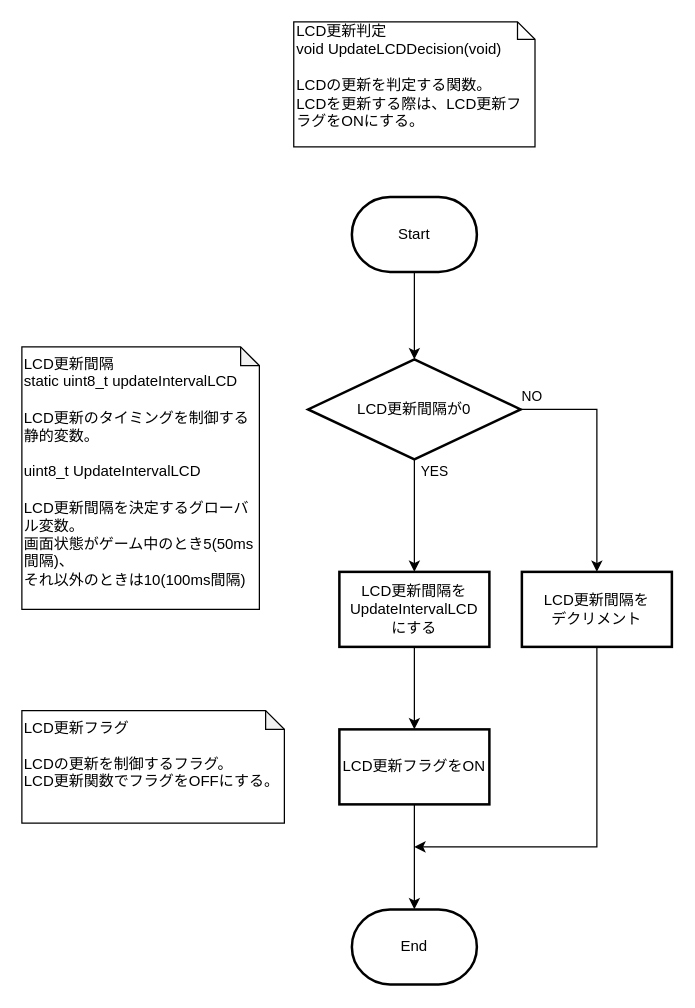
The draw.io diagram page "LCD更新判定" (3 of 6) of 資料/設計書/フローチャート/モグラ叩き_フローチャート_割り込み.drawio in hakohumi/comp.train.whack-a-mole, before the edit. Source tidied: cells renumbered, new cells numbered last; positions are measured from the earlier drawing's top-left corner, leaving out a move shared by most shapes. Both pictures are drawn from the tidied source at 125%, with x=0, y=0 at pixel (21, 21).
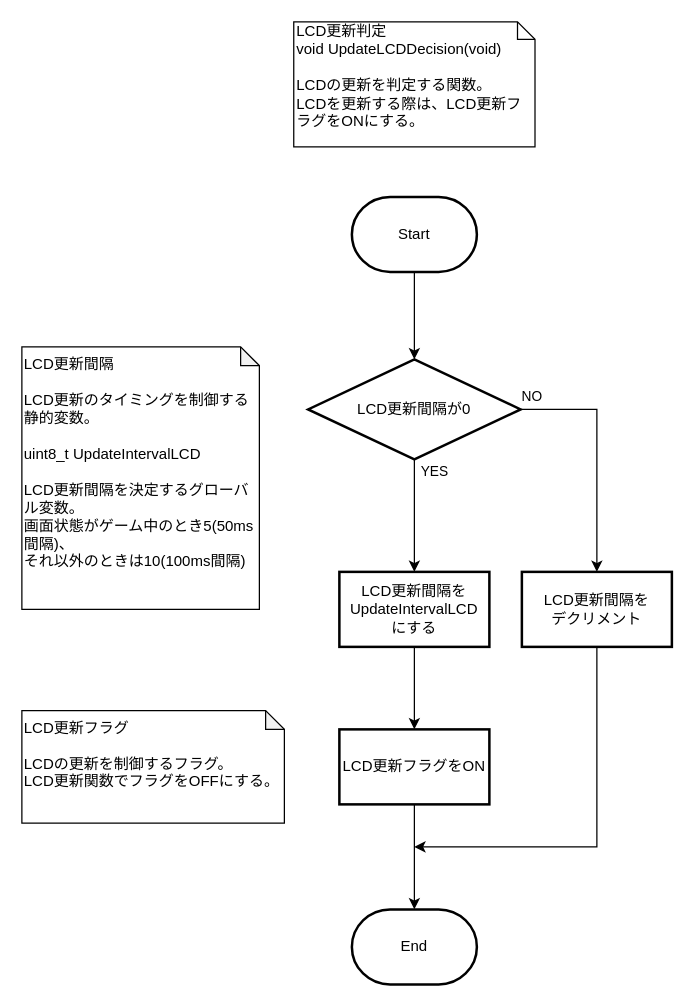
The same diagram, later.

The edit, as a diff of the source:
```diff
@@
 <mxGraphModel>
   <root>
     <mxCell id="0" />
     <mxCell id="1" parent="0" />
     <mxCell id="2" style="edgeStyle=orthogonalEdgeStyle;rounded=0;jettySize=auto;html=1;entryX=0.5;entryY=0;entryDx=0;entryDy=0;" parent="1" edge="1" source="3" target="6">
       <mxGeometry relative="1" as="geometry" />
     </mxCell>
     <mxCell id="3" value="Start" style="strokeWidth=2;html=1;shape=mxgraph.flowchart.terminator;whiteSpace=wrap;" parent="1" vertex="1">
       <mxGeometry x="264" y="140" width="100" height="60" as="geometry" />
     </mxCell>
     <mxCell id="4" value="YES" style="edgeStyle=orthogonalEdgeStyle;rounded=0;jettySize=auto;html=1;" parent="1" edge="1" source="6" target="8">
       <mxGeometry x="-0.78" y="16" relative="1" as="geometry" />
     </mxCell>
     <mxCell id="5" value="NO" style="edgeStyle=orthogonalEdgeStyle;rounded=0;jettySize=auto;html=1;" parent="1" edge="1" source="6" target="12">
       <mxGeometry x="-0.91" y="10" relative="1" as="geometry" />
     </mxCell>
     <mxCell id="6" value="LCD更新間隔が0" style="rhombus;whiteSpace=wrap;html=1;strokeWidth=2;" parent="1" vertex="1">
       <mxGeometry x="229" y="270" width="170" height="80" as="geometry" />
     </mxCell>
     <mxCell id="7" style="edgeStyle=orthogonalEdgeStyle;rounded=0;jettySize=auto;html=1;" parent="1" edge="1" source="8" target="10">
       <mxGeometry relative="1" as="geometry" />
     </mxCell>
     <mxCell id="8" value="LCD更新間隔を&lt;br&gt;UpdateIntervalLCD&lt;br&gt;にする" style="whiteSpace=wrap;html=1;strokeWidth=2;" parent="1" vertex="1">
       <mxGeometry x="254" y="440" width="120" height="60" as="geometry" />
     </mxCell>
     <mxCell id="9" style="edgeStyle=orthogonalEdgeStyle;rounded=0;jettySize=auto;html=1;" parent="1" edge="1" source="10" target="13">
       <mxGeometry relative="1" as="geometry" />
     </mxCell>
     <mxCell id="10" value="LCD更新フラグをON" style="whiteSpace=wrap;html=1;strokeWidth=2;" parent="1" vertex="1">
       <mxGeometry x="254" y="566" width="120" height="60" as="geometry" />
     </mxCell>
     <mxCell id="11" style="edgeStyle=orthogonalEdgeStyle;rounded=0;jettySize=auto;html=1;exitX=0.5;exitY=1;exitDx=0;exitDy=0;" parent="1" edge="1" source="12">
       <mxGeometry relative="1" as="geometry">
         <mxPoint x="314" y="660" as="targetPoint" />
         <Array as="points">
           <mxPoint x="460" y="660" />
         </Array>
       </mxGeometry>
     </mxCell>
     <mxCell id="12" value="LCD更新間隔を&lt;br&gt;デクリメント" style="whiteSpace=wrap;html=1;strokeWidth=2;" parent="1" vertex="1">
       <mxGeometry x="400" y="440" width="120" height="60" as="geometry" />
     </mxCell>
     <mxCell id="13" value="End" style="strokeWidth=2;html=1;shape=mxgraph.flowchart.terminator;whiteSpace=wrap;" parent="1" vertex="1">
       <mxGeometry x="264" y="710" width="100" height="60" as="geometry" />
     </mxCell>
-    <mxCell id="14" value="LCD更新間隔&lt;br&gt;static uint8_t updateIntervalLCD&lt;br&gt;&lt;br&gt;LCD更新のタイミングを制御する静的変数。&lt;br&gt;&lt;br&gt;uint8_t UpdateIntervalLCD&lt;br&gt;&lt;br&gt;LCD更新間隔を決定するグローバル変数。&lt;br&gt;画面状態がゲーム中のとき5(50ms間隔)、&lt;br&gt;それ以外のときは10(100ms間隔)" style="shape=note;whiteSpace=wrap;html=1;backgroundOutline=1;darkOpacity=0.05;align=left;size=15;verticalAlign=top;" parent="1" vertex="1">
+    <mxCell id="14" value="LCD更新間隔&lt;br&gt;&lt;br&gt;LCD更新のタイミングを制御する静的変数。&lt;br&gt;&lt;br&gt;uint8_t UpdateIntervalLCD&lt;br&gt;&lt;br&gt;LCD更新間隔を決定するグローバル変数。&lt;br&gt;画面状態がゲーム中のとき5(50ms間隔)、&lt;br&gt;それ以外のときは10(100ms間隔)" style="shape=note;whiteSpace=wrap;html=1;backgroundOutline=1;darkOpacity=0.05;align=left;size=15;verticalAlign=top;" parent="1" vertex="1">
       <mxGeometry y="260" width="190" height="210" as="geometry" />
     </mxCell>
     <mxCell id="15" value="LCD更新判定&lt;br&gt;void UpdateLCDDecision(void)&lt;br&gt;&lt;br&gt;LCDの更新を判定する関数。&lt;br&gt;LCDを更新する際は、LCD更新フラグをONにする。" style="shape=note;whiteSpace=wrap;html=1;size=14;verticalAlign=top;align=left;spacingTop=-6;" parent="1" vertex="1">
       <mxGeometry x="217.5" width="193" height="100" as="geometry" />
     </mxCell>
     <mxCell id="16" value="LCD更新フラグ&lt;br&gt;&lt;br&gt;LCDの更新を制御するフラグ。&lt;br&gt;LCD更新関数でフラグをOFFにする。" style="shape=note;whiteSpace=wrap;html=1;backgroundOutline=1;darkOpacity=0.05;align=left;size=15;verticalAlign=top;" parent="1" vertex="1">
       <mxGeometry y="551" width="210" height="90" as="geometry" />
     </mxCell>
   </root>
 </mxGraphModel>
```
